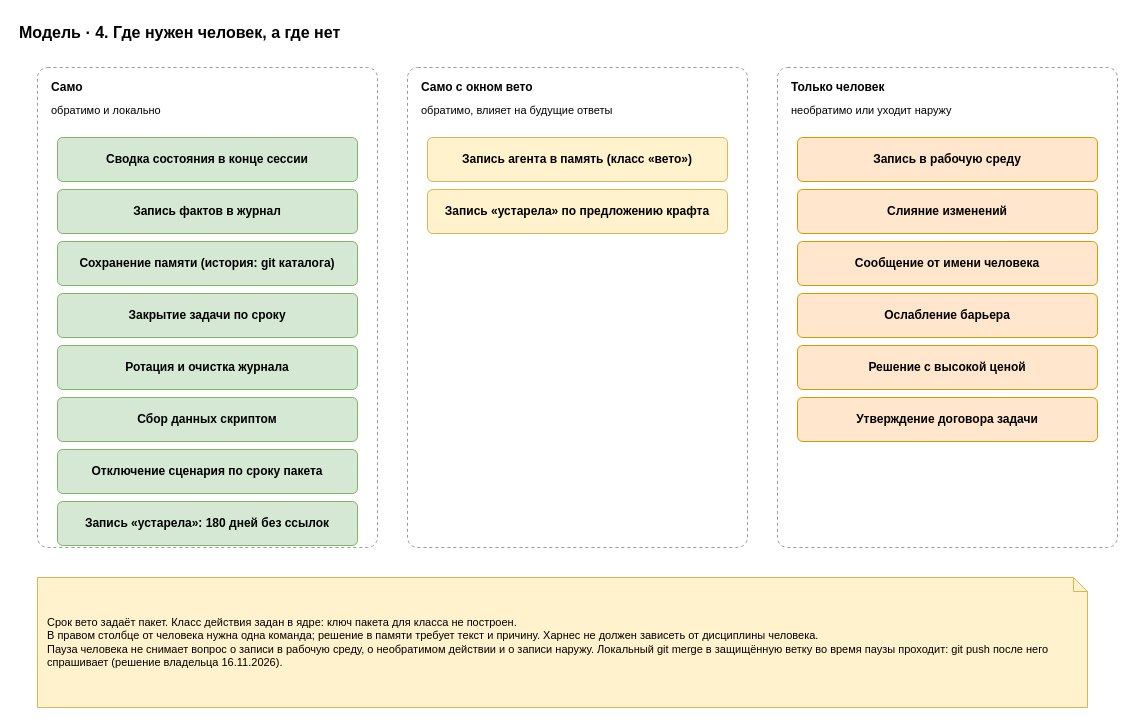
Above: page "4. Классы автономии" (4 of 6) of docs/spec/harness-model.drawio in roygkov/reins (draw.io), before the change. Source tidied: cells renumbered, new cells numbered last; positions are measured from the earlier drawing's top-left corner, leaving out a move shared by most shapes. Both pictures are drawn from the tidied source at 100%, with x=0, y=0 at pixel (17, 17).
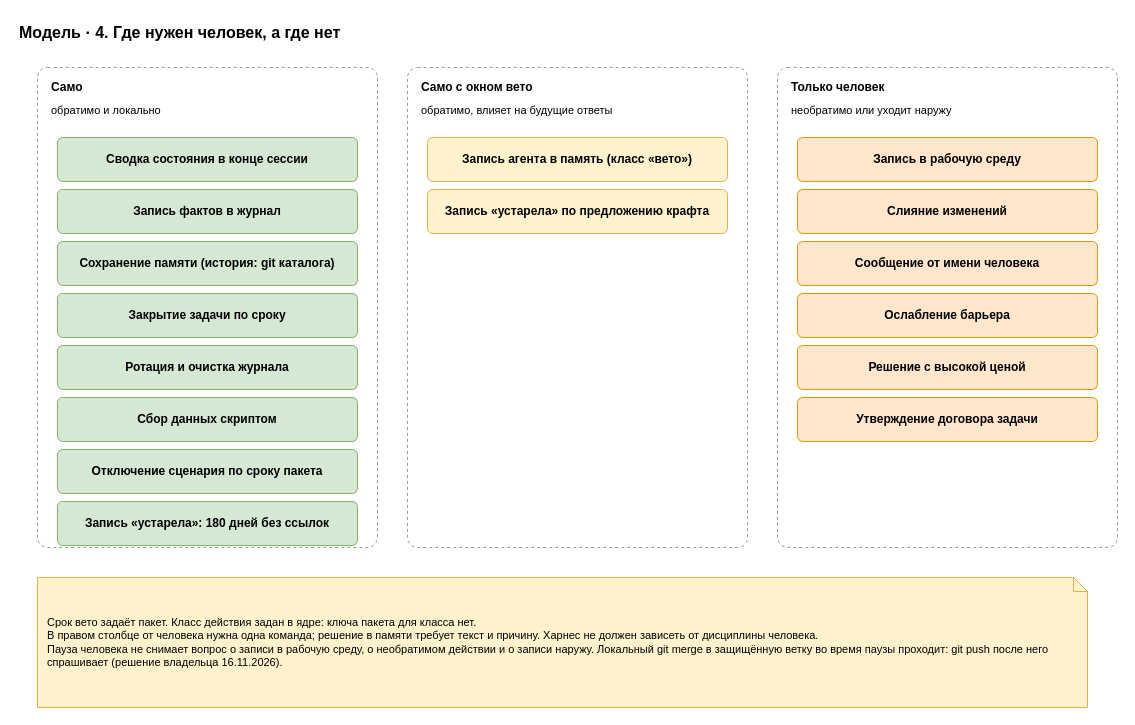
Above is the later version.

Diff of the diagram source:
```diff
@@
-    <mxCell id="25" value="Срок вето задаёт пакет. Класс действия задан в ядре: ключ пакета для класса не построен.&lt;br&gt;В правом столбце от человека нужна одна команда; решение в памяти требует текст и причину. Харнес не должен зависеть от дисциплины человека.&lt;br&gt;Пауза человека не снимает вопрос о записи в рабочую среду, о необратимом действии и о записи наружу. Локальный git merge в защищённую ветку во время паузы проходит: git push после него спрашивает (решение владельца 16.11.2026)." style="shape=note;whiteSpace=wrap;html=1;backgroundOutline=1;size=14;fillColor=#fff2cc;strokeColor=#d6b656;align=left;spacingLeft=8;spacingRight=8;fontSize=11;" parent="1" vertex="1">
+    <mxCell id="25" value="Срок вето задаёт пакет. Класс действия задан в ядре: ключа пакета для класса нет.&lt;br&gt;В правом столбце от человека нужна одна команда; решение в памяти требует текст и причину. Харнес не должен зависеть от дисциплины человека.&lt;br&gt;Пауза человека не снимает вопрос о записи в рабочую среду, о необратимом действии и о записи наружу. Локальный git merge в защищённую ветку во время паузы проходит: git push после него спрашивает (решение владельца 16.11.2026)." style="shape=note;whiteSpace=wrap;html=1;backgroundOutline=1;size=14;fillColor=#fff2cc;strokeColor=#d6b656;align=left;spacingLeft=8;spacingRight=8;fontSize=11;" parent="1" vertex="1">
       <mxGeometry x="20" y="560" width="1050" height="130" as="geometry" />
     </mxCell>
```
